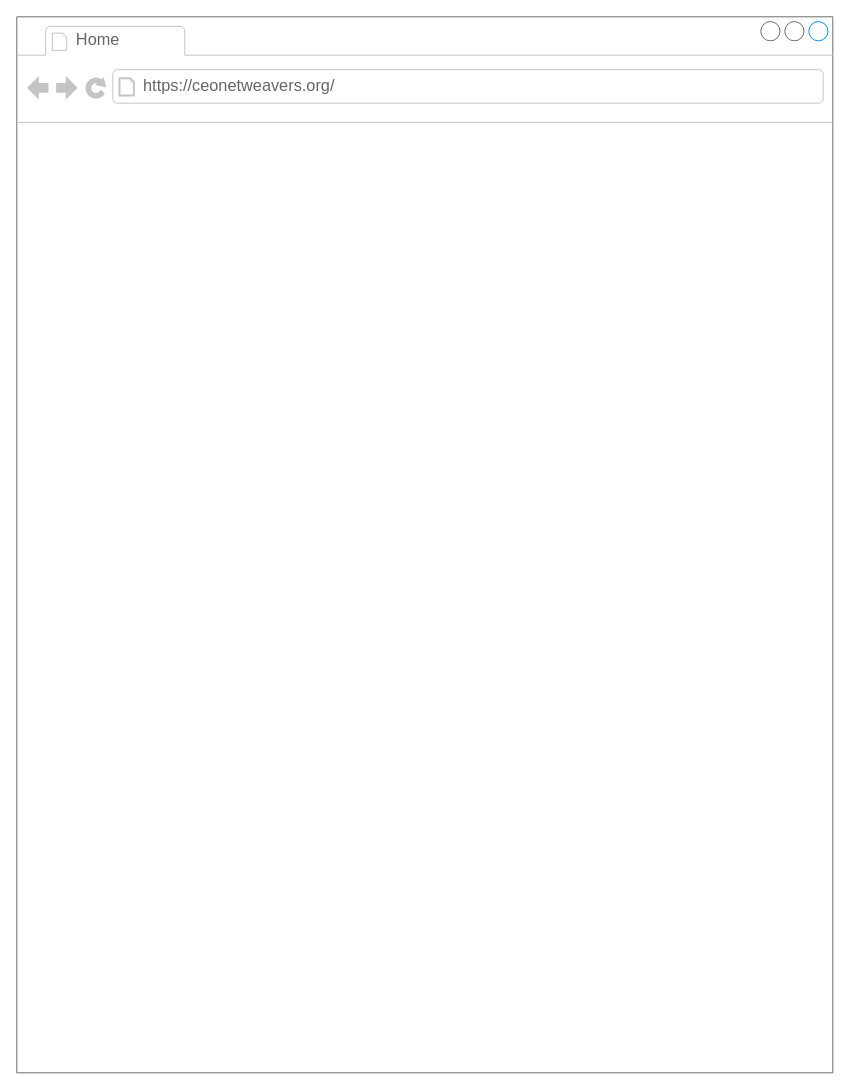
Before: ceon-website-layout.drawio in crlspe/capstone, a draw.io diagram. Source tidied: cells renumbered, new cells numbered last; positions are measured from the earlier drawing's top-left corner, leaving out a move shared by most shapes. Both pictures are drawn from the tidied source at 96%, with x=0, y=0 at pixel (16, 16).
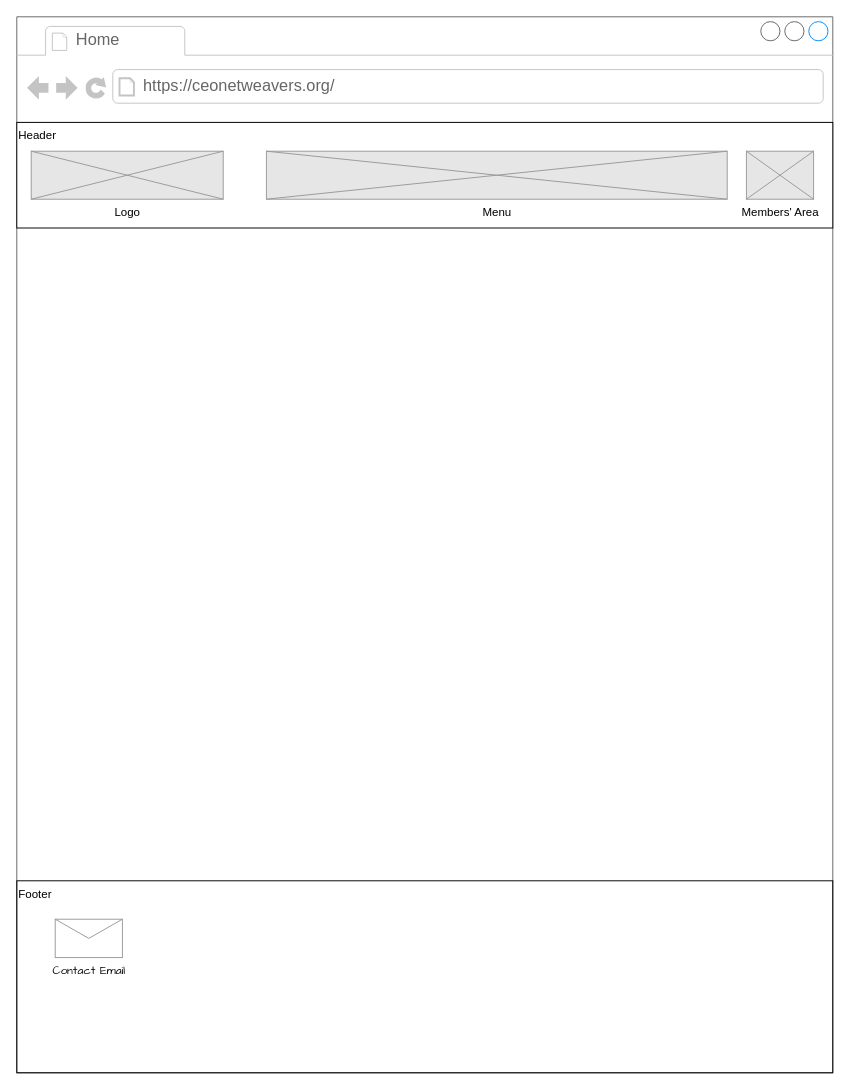
The same diagram, later.

Change to the diagram source:
```diff
@@
 <mxGraphModel>
   <root>
     <mxCell id="0" />
     <mxCell id="1" parent="0" />
     <mxCell id="2" style="strokeWidth=1;shadow=0;dashed=0;align=center;html=1;shape=mxgraph.mockup.containers.browserWindow;rSize=0;strokeColor=#666666;strokeColor2=#008cff;strokeColor3=#c4c4c4;mainText=,;" parent="1" vertex="1">
       <mxGeometry width="850" height="1100" as="geometry" />
     </mxCell>
     <mxCell id="3" value="Home" style="strokeWidth=1;shadow=0;dashed=0;align=center;html=1;shape=mxgraph.mockup.containers.anchor;fontSize=17;fontColor=#666666;align=left;" parent="2" vertex="1">
       <mxGeometry x="60" y="12" width="110" height="26" as="geometry" />
     </mxCell>
     <mxCell id="4" value="https://ceonetweavers.org/" style="strokeWidth=1;shadow=0;dashed=0;align=center;html=1;shape=mxgraph.mockup.containers.anchor;rSize=0;fontSize=17;fontColor=#666666;align=left;" parent="2" vertex="1">
       <mxGeometry x="130" y="60" width="250" height="26" as="geometry" />
     </mxCell>
+    <mxCell id="5" value="&lt;div&gt;Footer&lt;/div&gt;" style="rounded=0;whiteSpace=wrap;html=1;strokeColor=default;strokeWidth=1;fillColor=none;align=left;verticalAlign=top;" parent="2" vertex="1">
+      <mxGeometry y="900" width="850" height="200" as="geometry" />
+    </mxCell>
+    <mxCell id="6" value="&lt;font face=&quot;Comic Sans MS&quot;&gt;Contact Email&lt;/font&gt;" style="verticalLabelPosition=bottom;shadow=0;dashed=0;align=center;html=1;verticalAlign=top;strokeWidth=1;shape=mxgraph.mockup.misc.mail2;strokeColor=#999999;fillColor=none;" parent="2" vertex="1">
+      <mxGeometry x="40" y="940" width="70" height="40" as="geometry" />
+    </mxCell>
+    <mxCell id="7" style="group;" parent="2" vertex="1">
+      <mxGeometry y="110" width="850" height="110" as="geometry" />
+    </mxCell>
+    <mxCell id="8" value="Header" style="rounded=0;whiteSpace=wrap;html=1;align=left;verticalAlign=top;" parent="7" vertex="1">
+      <mxGeometry width="850" height="110" as="geometry" />
+    </mxCell>
+    <mxCell id="9" value="Logo" style="verticalLabelPosition=bottom;shadow=0;dashed=0;align=center;html=1;verticalAlign=top;strokeWidth=1;shape=mxgraph.mockup.graphics.simpleIcon;strokeColor=#999999;fillColor=#E6E6E6;" parent="7" vertex="1">
+      <mxGeometry x="15" y="30" width="200" height="50" as="geometry" />
+    </mxCell>
+    <mxCell id="10" value="Menu" style="verticalLabelPosition=bottom;shadow=0;dashed=0;align=center;html=1;verticalAlign=top;strokeWidth=1;shape=mxgraph.mockup.graphics.simpleIcon;strokeColor=#999999;fillColor=#E6E6E6;" parent="7" vertex="1">
+      <mxGeometry x="260" y="30" width="480" height="50" as="geometry" />
+    </mxCell>
+    <mxCell id="11" value="Members' Area" style="verticalLabelPosition=bottom;shadow=0;dashed=0;align=center;html=1;verticalAlign=top;strokeWidth=1;shape=mxgraph.mockup.graphics.simpleIcon;strokeColor=#999999;fillColor=#E6E6E6;" parent="7" vertex="1">
+      <mxGeometry x="760" y="30" width="70" height="50" as="geometry" />
+    </mxCell>
   </root>
 </mxGraphModel>
```
